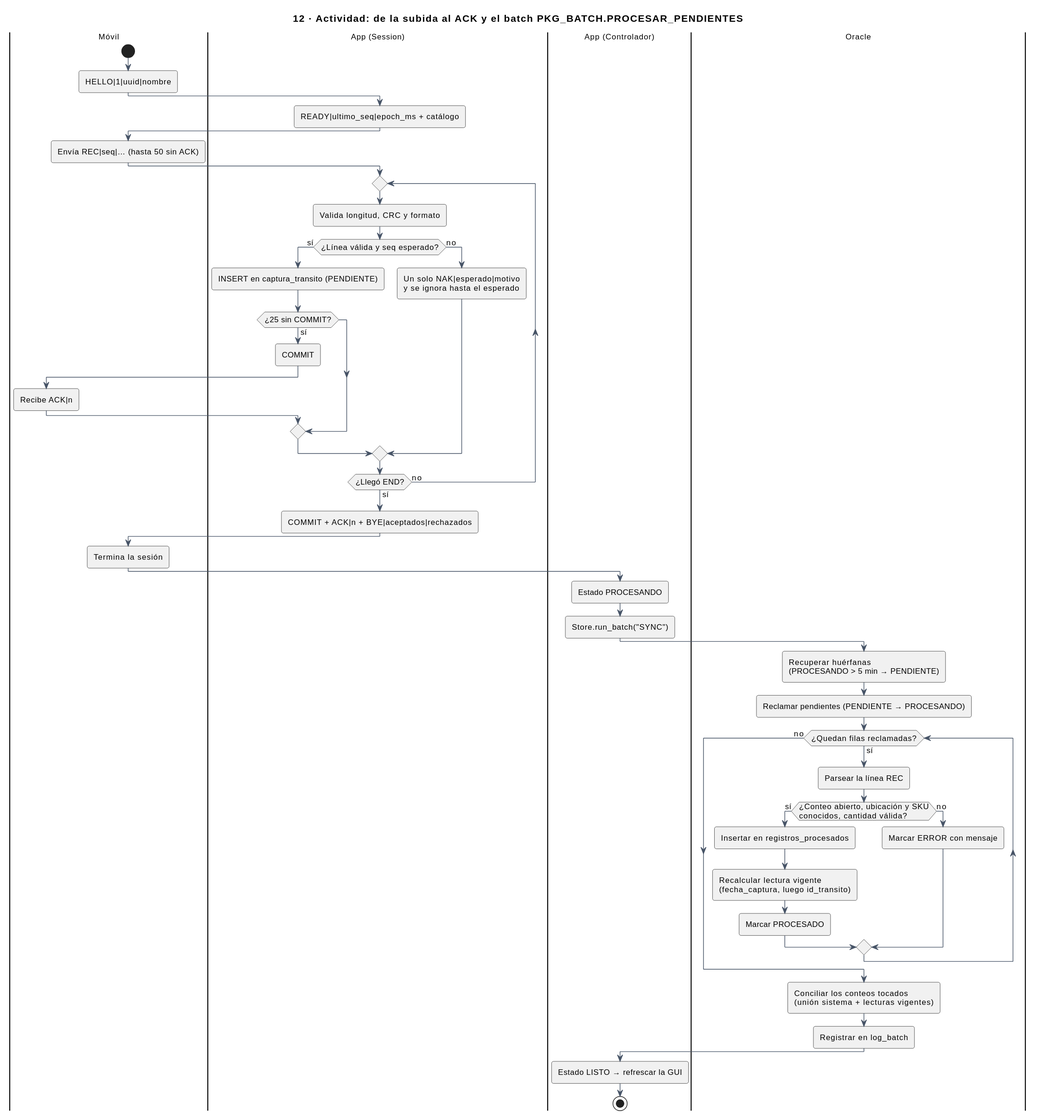
The PlantUML diagram docs/img/uml/12-actividad-batch.svg in sebas-archive/kardex-bt, before a commit.
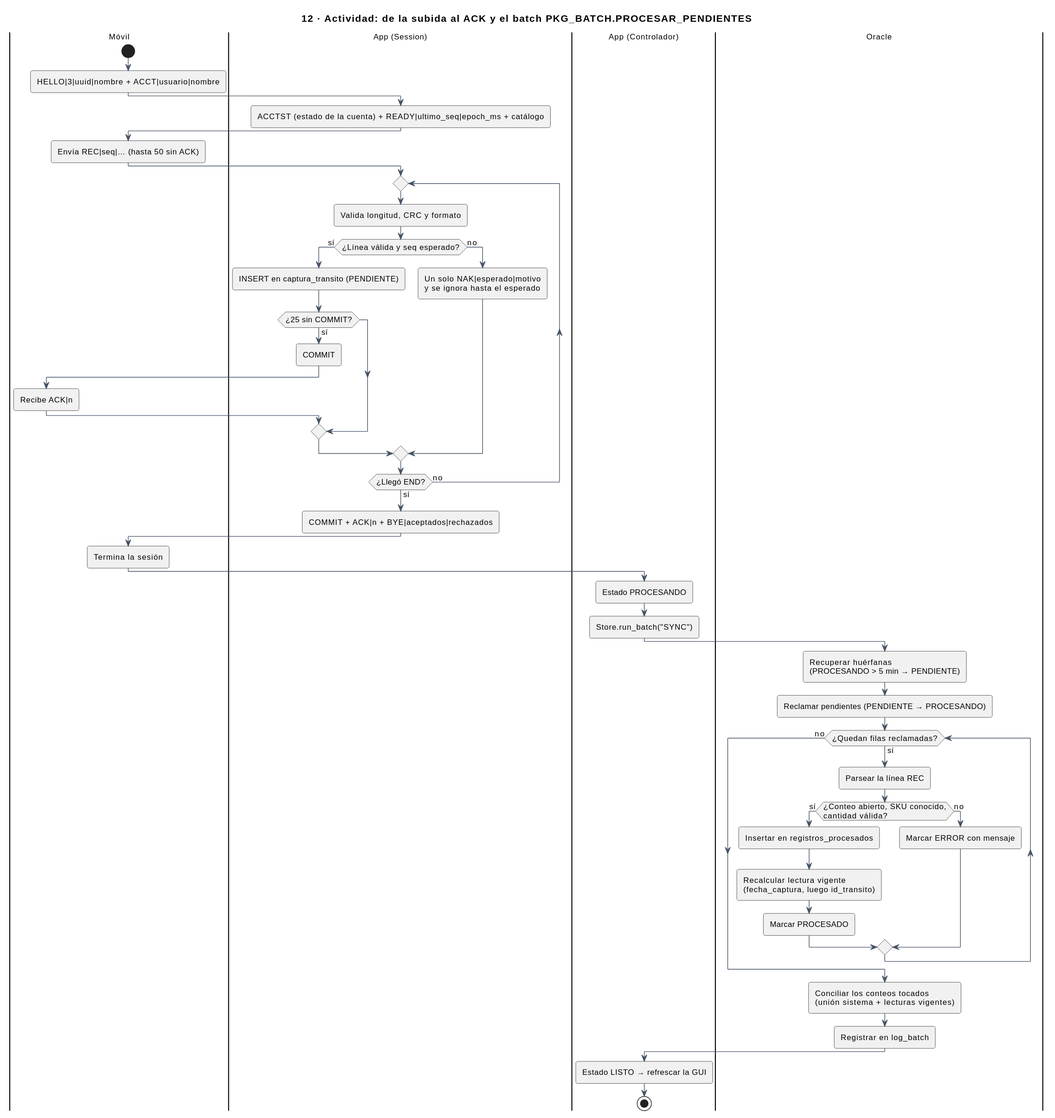
After the change.

Diff of the diagram source:
```diff
@@ -3,9 +3,9 @@
 title 12 · Actividad: de la subida al ACK y el batch PKG_BATCH.PROCESAR_PENDIENTES
 |Móvil|
 start
-:HELLO|1|uuid|nombre;
+:HELLO|3|uuid|nombre + ACCT|usuario|nombre;
 |App (Session)|
-:READY|ultimo_seq|epoch_ms + catálogo;
+:ACCTST (estado de la cuenta) + READY|ultimo_seq|epoch_ms + catálogo;
 |Móvil|
 :Envía REC|seq|… (hasta 50 sin ACK);
 |App (Session)|
@@ -34,7 +34,7 @@
 :Reclamar pendientes (PENDIENTE → PROCESANDO);
 while (¿Quedan filas reclamadas?) is (sí)
   :Parsear la línea REC;
-  if (¿Conteo abierto, ubicación y SKU\nconocidos, cantidad válida?) then (sí)
+  if (¿Conteo abierto, SKU conocido,\ncantidad válida?) then (sí)
     :Insertar en registros_procesados;
     :Recalcular lectura vigente\n(fecha_captura, luego id_transito);
     :Marcar PROCESADO;
```
